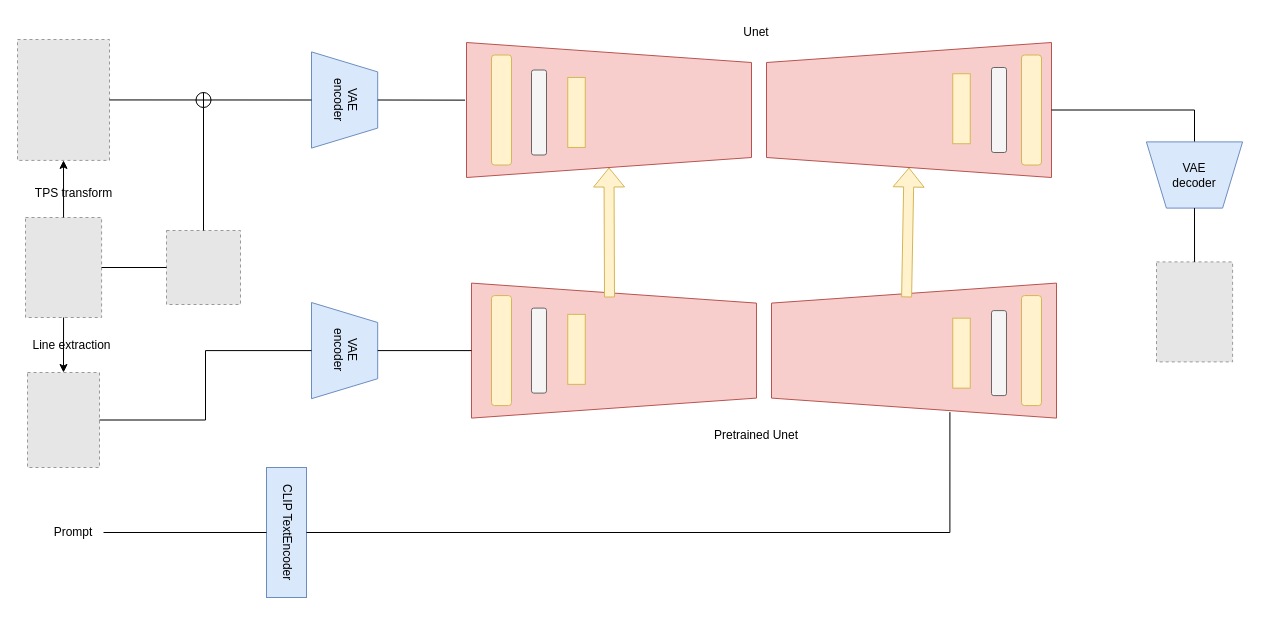
Before: 未命名绘图.drawio in Sinon0919/SwartArt, a draw.io diagram. Source tidied: cells renumbered, new cells numbered last; positions are measured from the earlier drawing's top-left corner, leaving out a move shared by most shapes. Both pictures are drawn from the tidied source at 100%, with x=0, y=0 at pixel (17, -33). Pictures stored in the file or linked from it are replaced by grey dashed boxes.
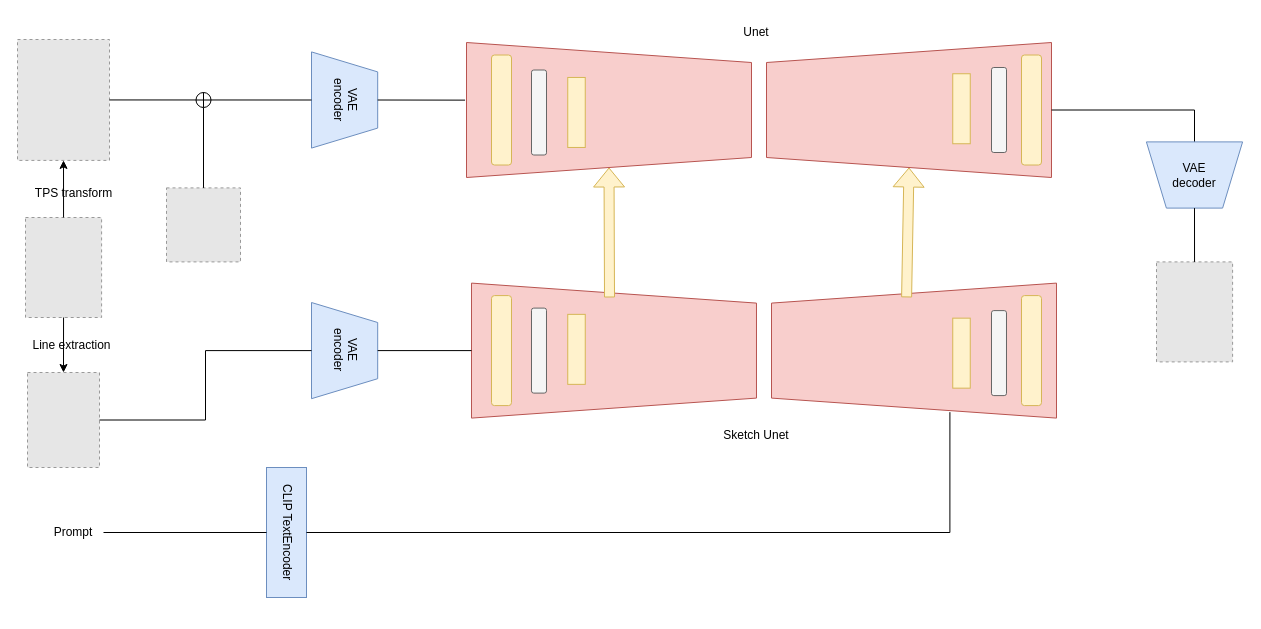
After the change.

Commit message:
更新未命名绘图.drawio

Unchanged cells that the change refers to:
```xml
<mxCell id="6" style="fillColor=#E6E6E6;strokeColor=#999999;dashed=1;verticalLabelPosition=bottom;labelBackgroundColor=default;verticalAlign=top;" parent="1" vertex="1">
  <mxGeometry x="8" y="250" width="76.1" height="100" as="geometry" />
</mxCell>
```

What changed in the source:
```diff
@@
     <mxCell id="13" style="fillColor=#E6E6E6;strokeColor=#999999;dashed=1;verticalLabelPosition=bottom;labelBackgroundColor=default;verticalAlign=top;" parent="1" vertex="1">
-      <mxGeometry x="149" y="263" width="74" height="74" as="geometry" />
+      <mxGeometry x="149" y="220.4" width="74" height="74" as="geometry" />
     </mxCell>
-    <mxCell id="14" style="endArrow=none;html=1;rounded=0;exitX=1;exitY=0.5;exitDx=0;exitDy=0;" parent="1" edge="1" source="6">
-      <mxGeometry relative="1" as="geometry">
-        <mxPoint x="149" y="300" as="targetPoint" />
-      </mxGeometry>
-    </mxCell>
@@
-    <mxCell id="50" value="Pretrained Unet&lt;div&gt;&lt;br&gt;&lt;/div&gt;" style="text;html=1;align=center;verticalAlign=middle;whiteSpace=wrap;rounded=0;" parent="1" vertex="1">
+    <mxCell id="50" value="Sketch Unet&lt;div&gt;&lt;br&gt;&lt;/div&gt;" style="text;html=1;align=center;verticalAlign=middle;whiteSpace=wrap;rounded=0;" parent="1" vertex="1">
       <mxGeometry x="689" y="460" width="100" height="30" as="geometry" />
     </mxCell>
```
